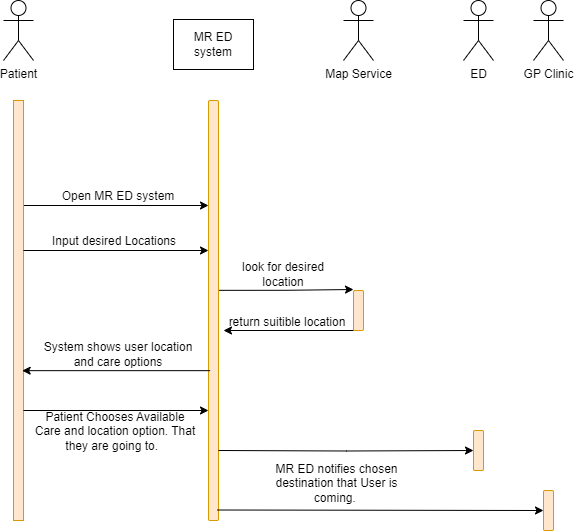
This is Assets/M2/MapServiceAssets/NearbySolution_SD.drawio.png from uvic-teach/project-m1-team9, a draw.io export, as it was before one commit. Source tidied: cells renumbered, new cells last; positions are measured from the earlier drawing's top-left corner, leaving out a move shared by most shapes.
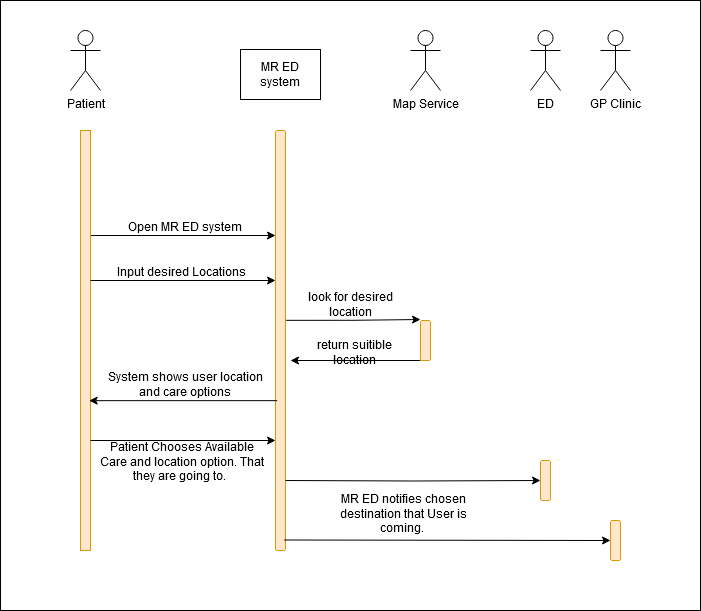
After the commit.

Diff of the diagram source:
```diff
@@ -2,6 +2,9 @@
   <root>
     <mxCell id="0" />
     <mxCell id="1" parent="0" />
+    <mxCell id="28" style="rounded=0;whiteSpace=wrap;html=1;" parent="1" vertex="1">
+      <mxGeometry x="-70" y="-30" width="700" height="610" as="geometry" />
+    </mxCell>
     <mxCell id="2" value="Patient" style="shape=umlActor;verticalLabelPosition=bottom;verticalAlign=top;html=1;" parent="1" vertex="1">
       <mxGeometry width="30" height="60" as="geometry" />
     </mxCell>
```
